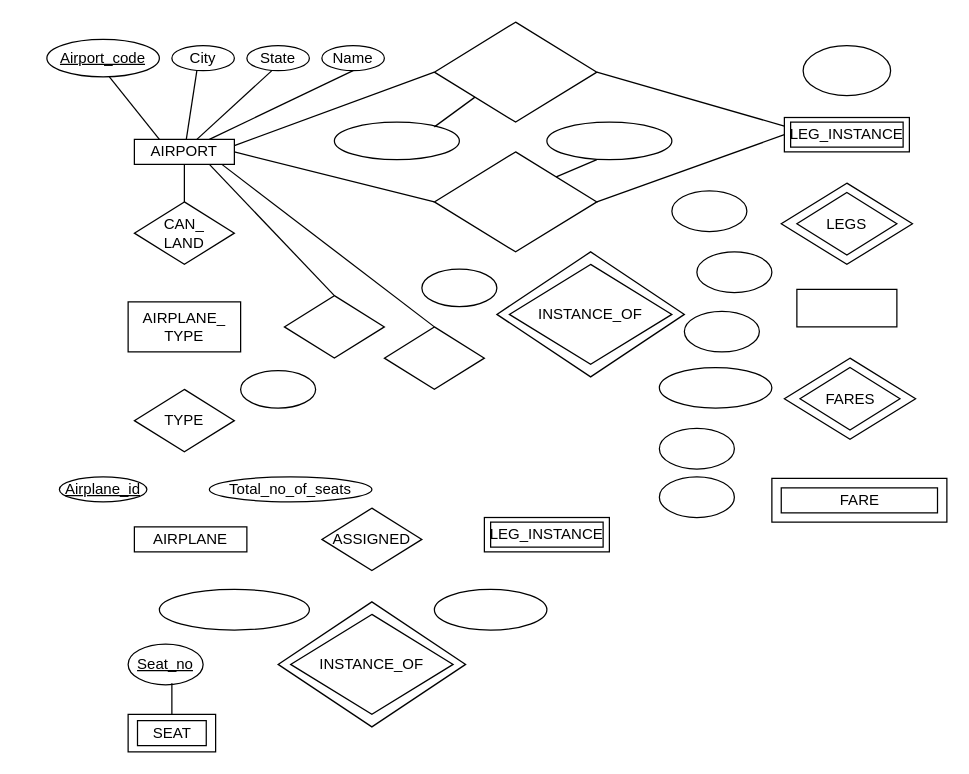
Earlier version of the draw.io diagram Untitled Diagram.drawio (jinwook8910/BaekJoon_ProblemSolving). Source tidied: cells renumbered, new cells numbered last; positions are measured from the earlier drawing's top-left corner, leaving out a move shared by most shapes. Both pictures are drawn from the tidied source at 125%, with x=0, y=0 at pixel (46, 21).
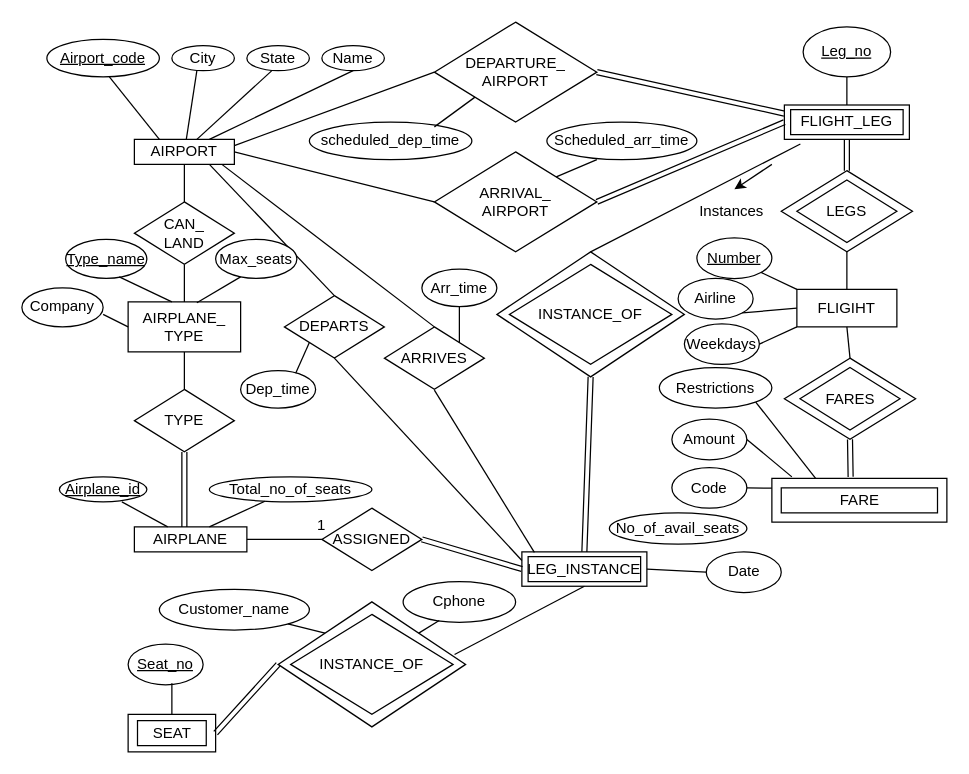
After the change.

Unchanged cells that the change refers to:
```xml
<mxCell id="2" style="rhombus;whiteSpace=wrap;html=1;strokeColor=#000000;" parent="1" vertex="1">
  <mxGeometry x="360" y="184" width="150" height="100" as="geometry" />
</mxCell>
<mxCell id="12" value="CAN_&lt;br&gt;LAND" style="rhombus;whiteSpace=wrap;html=1;strokeColor=#000000;" parent="1" vertex="1">
  <mxGeometry x="70" y="144" width="80" height="50" as="geometry" />
</mxCell>
<mxCell id="14" value="AIRPLANE_&lt;br&gt;TYPE" style="rounded=0;whiteSpace=wrap;html=1;strokeColor=#000000;" parent="1" vertex="1">
  <mxGeometry x="65" y="224" width="90" height="40" as="geometry" />
</mxCell>
<mxCell id="15" value="TYPE" style="rhombus;whiteSpace=wrap;html=1;strokeColor=#000000;" parent="1" vertex="1">
  <mxGeometry x="70" y="294" width="80" height="50" as="geometry" />
</mxCell>
<mxCell id="16" value="AIRPLANE" style="rounded=0;whiteSpace=wrap;html=1;strokeColor=#000000;" parent="1" vertex="1">
  <mxGeometry x="70" y="404" width="90" height="20" as="geometry" />
</mxCell>
<mxCell id="18" value="Total_no_of_seats" style="ellipse;whiteSpace=wrap;html=1;strokeColor=#000000;" parent="1" vertex="1">
  <mxGeometry x="130" y="364" width="130" height="20" as="geometry" />
</mxCell>
<mxCell id="19" value="ASSIGNED" style="rhombus;whiteSpace=wrap;html=1;strokeColor=#000000;" parent="1" vertex="1">
  <mxGeometry x="220" y="389" width="80" height="50" as="geometry" />
</mxCell>
<mxCell id="47" style="rhombus;whiteSpace=wrap;html=1;strokeColor=#000000;" parent="1" vertex="1">
  <mxGeometry x="590" y="269" width="105" height="65" as="geometry" />
</mxCell>
<mxCell id="49" style="rounded=0;whiteSpace=wrap;html=1;strokeColor=#000000;" parent="1" vertex="1">
  <mxGeometry x="580" y="365.2" width="140" height="35" as="geometry" />
</mxCell>
<mxCell id="55" style="rhombus;whiteSpace=wrap;html=1;strokeColor=#000000;" parent="1" vertex="1">
  <mxGeometry x="185" y="464" width="150" height="100" as="geometry" />
</mxCell>
<mxCell id="60" style="rounded=0;whiteSpace=wrap;html=1;strokeColor=#000000;" parent="1" vertex="1">
  <mxGeometry x="65" y="554" width="70" height="30" as="geometry" />
</mxCell>
```

Change to the diagram source:
```diff
@@
     <mxCell id="20" style="rounded=0;whiteSpace=wrap;html=1;strokeColor=#000000;" parent="1" vertex="1">
-      <mxGeometry x="350" y="396.5" width="100" height="27.5" as="geometry" />
+      <mxGeometry x="380" y="424" width="100" height="27.5" as="geometry" />
     </mxCell>
     <mxCell id="21" value="LEG_INSTANCE" style="rounded=0;whiteSpace=wrap;html=1;strokeColor=#000000;" parent="1" vertex="1">
-      <mxGeometry x="355" y="400.2" width="90" height="20" as="geometry" />
+      <mxGeometry x="385" y="427.8" width="90" height="20" as="geometry" />
     </mxCell>
-    <mxCell id="22" style="rhombus;whiteSpace=wrap;html=1;strokeColor=#000000;" parent="1" vertex="1">
+    <mxCell id="22" value="DEPARTS" style="rhombus;whiteSpace=wrap;html=1;strokeColor=#000000;" parent="1" vertex="1">
       <mxGeometry x="190" y="219" width="80" height="50" as="geometry" />
     </mxCell>
-    <mxCell id="23" style="rhombus;whiteSpace=wrap;html=1;strokeColor=#000000;" parent="1" vertex="1">
+    <mxCell id="23" value="ARRIVES" style="rhombus;whiteSpace=wrap;html=1;strokeColor=#000000;" parent="1" vertex="1">
       <mxGeometry x="270" y="244" width="80" height="50" as="geometry" />
     </mxCell>
@@
-    <mxCell id="26" style="rhombus;whiteSpace=wrap;html=1;strokeColor=#000000;" parent="1" vertex="1">
+    <mxCell id="26" value="DEPARTURE_&lt;br&gt;AIRPORT" style="rhombus;whiteSpace=wrap;html=1;strokeColor=#000000;" parent="1" vertex="1">
       <mxGeometry x="310" y="0.2" width="130" height="80" as="geometry" />
     </mxCell>
-    <mxCell id="27" style="rhombus;whiteSpace=wrap;html=1;strokeColor=#000000;" parent="1" vertex="1">
+    <mxCell id="27" value="ARRIVAL_&lt;br&gt;AIRPORT" style="rhombus;whiteSpace=wrap;html=1;strokeColor=#000000;" parent="1" vertex="1">
       <mxGeometry x="310" y="104" width="130" height="80" as="geometry" />
     </mxCell>
@@
     <mxCell id="30" style="rounded=0;whiteSpace=wrap;html=1;strokeColor=#000000;" parent="1" vertex="1">
-      <mxGeometry x="590" y="76.5" width="100" height="27.5" as="geometry" />
+      <mxGeometry x="590" y="66.5" width="100" height="27.5" as="geometry" />
     </mxCell>
-    <mxCell id="31" value="LEG_INSTANCE" style="rounded=0;whiteSpace=wrap;html=1;strokeColor=#000000;" parent="1" vertex="1">
-      <mxGeometry x="595" y="80.2" width="90" height="20" as="geometry" />
+    <mxCell id="31" value="FLIGHT_LEG" style="rounded=0;whiteSpace=wrap;html=1;strokeColor=#000000;" parent="1" vertex="1">
+      <mxGeometry x="595" y="70.2" width="90" height="20" as="geometry" />
     </mxCell>
@@
-    <mxCell id="33" style="ellipse;whiteSpace=wrap;html=1;strokeColor=#000000;" parent="1" vertex="1">
-      <mxGeometry x="230" y="80.2" width="100" height="30" as="geometry" />
+    <mxCell id="33" value="scheduled_dep_time" style="ellipse;whiteSpace=wrap;html=1;strokeColor=#000000;" parent="1" vertex="1">
+      <mxGeometry x="210" y="80.2" width="130" height="30" as="geometry" />
     </mxCell>
-    <mxCell id="34" style="ellipse;whiteSpace=wrap;html=1;strokeColor=#000000;" parent="1" vertex="1">
-      <mxGeometry x="400" y="80.2" width="100" height="30" as="geometry" />
+    <mxCell id="34" value="Scheduled_arr_time" style="ellipse;whiteSpace=wrap;html=1;strokeColor=#000000;" parent="1" vertex="1">
+      <mxGeometry x="400" y="80.2" width="120" height="30" as="geometry" />
     </mxCell>
-    <mxCell id="35" style="endArrow=none;html=1;exitX=1;exitY=0.5;exitDx=0;exitDy=0;entryX=0;entryY=0.25;entryDx=0;entryDy=0;" parent="1" edge="1" source="26" target="30">
+    <mxCell id="35" style="endArrow=none;html=1;exitX=1;exitY=0.5;exitDx=0;exitDy=0;entryX=0;entryY=0.25;entryDx=0;entryDy=0;shape=link;" parent="1" edge="1" source="26" target="30">
       <mxGeometry relative="1" as="geometry" />
     </mxCell>
-    <mxCell id="36" style="endArrow=none;html=1;exitX=1;exitY=0.5;exitDx=0;exitDy=0;entryX=0;entryY=0.5;entryDx=0;entryDy=0;" parent="1" edge="1" target="30">
+    <mxCell id="36" style="endArrow=none;html=1;exitX=1;exitY=0.5;exitDx=0;exitDy=0;entryX=0;entryY=0.5;entryDx=0;entryDy=0;shape=link;" parent="1" edge="1" target="30">
       <mxGeometry relative="1" as="geometry">
         <mxPoint x="440" y="144" as="sourcePoint" />
       </mxGeometry>
     </mxCell>
@@
-    <mxCell id="39" style="ellipse;whiteSpace=wrap;html=1;strokeColor=#000000;" parent="1" vertex="1">
-      <mxGeometry x="605" y="19" width="70" height="40" as="geometry" />
+    <mxCell id="39" value="&lt;span style=&quot;line-height: 120%&quot;&gt;&lt;u&gt;Leg_no&lt;/u&gt;&lt;/span&gt;" style="ellipse;whiteSpace=wrap;html=1;strokeColor=#000000;" parent="1" vertex="1">
+      <mxGeometry x="605" y="4" width="70" height="40" as="geometry" />
     </mxCell>
     <mxCell id="40" style="rhombus;whiteSpace=wrap;html=1;strokeColor=#000000;" parent="1" vertex="1">
-      <mxGeometry x="587.5" y="129" width="105" height="65" as="geometry" />
+      <mxGeometry x="587.5" y="119" width="105" height="65" as="geometry" />
     </mxCell>
     <mxCell id="41" value="LEGS" style="rhombus;whiteSpace=wrap;html=1;strokeColor=#000000;" parent="1" vertex="1">
-      <mxGeometry x="600" y="136.5" width="80" height="50" as="geometry" />
+      <mxGeometry x="600" y="126.5" width="80" height="50" as="geometry" />
     </mxCell>
-    <mxCell id="42" style="ellipse;whiteSpace=wrap;html=1;strokeColor=#000000;" parent="1" vertex="1">
-      <mxGeometry x="500" y="135.2" width="60" height="32.5" as="geometry" />
+    <mxCell id="42" value="&lt;u&gt;Number&lt;/u&gt;" style="ellipse;whiteSpace=wrap;html=1;strokeColor=#000000;" parent="1" vertex="1">
+      <mxGeometry x="520" y="172.8" width="60" height="32.5" as="geometry" />
     </mxCell>
-    <mxCell id="43" style="ellipse;whiteSpace=wrap;html=1;strokeColor=#000000;" parent="1" vertex="1">
-      <mxGeometry x="520" y="184" width="60" height="32.5" as="geometry" />
+    <mxCell id="43" value="Airline" style="ellipse;whiteSpace=wrap;html=1;strokeColor=#000000;" parent="1" vertex="1">
+      <mxGeometry x="505" y="205.2" width="60" height="32.5" as="geometry" />
     </mxCell>
-    <mxCell id="44" style="ellipse;whiteSpace=wrap;html=1;strokeColor=#000000;" parent="1" vertex="1">
-      <mxGeometry x="510" y="231.5" width="60" height="32.5" as="geometry" />
+    <mxCell id="44" value="Weekdays" style="ellipse;whiteSpace=wrap;html=1;strokeColor=#000000;" parent="1" vertex="1">
+      <mxGeometry x="510" y="241.5" width="60" height="32.5" as="geometry" />
     </mxCell>
-    <mxCell id="45" style="ellipse;whiteSpace=wrap;html=1;strokeColor=#000000;" parent="1" vertex="1">
+    <mxCell id="45" value="Restrictions" style="ellipse;whiteSpace=wrap;html=1;strokeColor=#000000;" parent="1" vertex="1">
       <mxGeometry x="490" y="276.5" width="90" height="32.5" as="geometry" />
     </mxCell>
-    <mxCell id="46" style="rounded=0;whiteSpace=wrap;html=1;strokeColor=#000000;" parent="1" vertex="1">
+    <mxCell id="46" value="FLIGIHT" style="rounded=0;whiteSpace=wrap;html=1;strokeColor=#000000;" parent="1" vertex="1">
       <mxGeometry x="600" y="214" width="80" height="30" as="geometry" />
     </mxCell>
@@
-    <mxCell id="51" style="ellipse;whiteSpace=wrap;html=1;strokeColor=#000000;" parent="1" vertex="1">
-      <mxGeometry x="490" y="325.2" width="60" height="32.5" as="geometry" />
+    <mxCell id="51" value="Amount" style="ellipse;whiteSpace=wrap;html=1;strokeColor=#000000;" parent="1" vertex="1">
+      <mxGeometry x="500" y="317.8" width="60" height="32.5" as="geometry" />
     </mxCell>
-    <mxCell id="52" style="ellipse;whiteSpace=wrap;html=1;strokeColor=#000000;" parent="1" vertex="1">
-      <mxGeometry x="490" y="364" width="60" height="32.5" as="geometry" />
+    <mxCell id="52" value="Code" style="ellipse;whiteSpace=wrap;html=1;strokeColor=#000000;" parent="1" vertex="1">
+      <mxGeometry x="500" y="356.5" width="60" height="32.5" as="geometry" />
     </mxCell>
-    <mxCell id="53" style="ellipse;whiteSpace=wrap;html=1;strokeColor=#000000;" parent="1" vertex="1">
+    <mxCell id="53" value="Arr_time" style="ellipse;whiteSpace=wrap;html=1;strokeColor=#000000;" parent="1" vertex="1">
       <mxGeometry x="300" y="197.8" width="60" height="30" as="geometry" />
     </mxCell>
-    <mxCell id="54" style="ellipse;whiteSpace=wrap;html=1;strokeColor=#000000;" parent="1" vertex="1">
+    <mxCell id="54" value="Dep_time" style="ellipse;whiteSpace=wrap;html=1;strokeColor=#000000;" parent="1" vertex="1">
       <mxGeometry x="155" y="279" width="60" height="30" as="geometry" />
     </mxCell>
@@
-    <mxCell id="57" style="ellipse;whiteSpace=wrap;html=1;strokeColor=#000000;" parent="1" vertex="1">
-      <mxGeometry x="310" y="454" width="90" height="32.5" as="geometry" />
+    <mxCell id="57" value="Cphone" style="ellipse;whiteSpace=wrap;html=1;strokeColor=#000000;" parent="1" vertex="1">
+      <mxGeometry x="285" y="447.8" width="90" height="32.5" as="geometry" />
     </mxCell>
-    <mxCell id="58" style="ellipse;whiteSpace=wrap;html=1;strokeColor=#000000;" parent="1" vertex="1">
+    <mxCell id="58" value="Customer_name" style="ellipse;whiteSpace=wrap;html=1;strokeColor=#000000;" parent="1" vertex="1">
       <mxGeometry x="90" y="454" width="120" height="32.5" as="geometry" />
     </mxCell>
@@
+    <mxCell id="63" style="endArrow=none;html=1;exitX=0;exitY=0.25;exitDx=0;exitDy=0;entryX=0.5;entryY=1;entryDx=0;entryDy=0;" parent="1" edge="1" source="20" target="22">
+      <mxGeometry relative="1" as="geometry" />
+    </mxCell>
+    <mxCell id="64" style="endArrow=none;html=1;exitX=0.1;exitY=0.016;exitDx=0;exitDy=0;exitPerimeter=0;" parent="1" edge="1" source="20">
+      <mxGeometry relative="1" as="geometry">
+        <mxPoint x="310" y="294.6" as="targetPoint" />
+      </mxGeometry>
+    </mxCell>
+    <mxCell id="65" style="endArrow=none;html=1;entryX=0.5;entryY=1;entryDx=0;entryDy=0;exitX=0.5;exitY=0;exitDx=0;exitDy=0;" parent="1" edge="1" source="14" target="12">
+      <mxGeometry relative="1" as="geometry" />
+    </mxCell>
+    <mxCell id="66" value="&lt;u&gt;Type_name&lt;/u&gt;" style="ellipse;whiteSpace=wrap;html=1;strokeColor=#000000;" parent="1" vertex="1">
+      <mxGeometry x="15" y="174" width="65" height="31.2" as="geometry" />
+    </mxCell>
+    <mxCell id="67" value="Max_seats" style="ellipse;whiteSpace=wrap;html=1;strokeColor=#000000;" parent="1" vertex="1">
+      <mxGeometry x="135" y="174" width="65" height="31.2" as="geometry" />
+    </mxCell>
+    <mxCell id="68" value="Company" style="ellipse;whiteSpace=wrap;html=1;strokeColor=#000000;" parent="1" vertex="1">
+      <mxGeometry x="-20" y="212.8" width="65" height="31.2" as="geometry" />
+    </mxCell>
+    <mxCell id="69" style="endArrow=none;html=1;entryX=0.66;entryY=0.96;entryDx=0;entryDy=0;entryPerimeter=0;" parent="1" edge="1" target="66">
+      <mxGeometry relative="1" as="geometry">
+        <mxPoint x="100" y="224" as="sourcePoint" />
+      </mxGeometry>
+    </mxCell>
+    <mxCell id="70" style="endArrow=none;html=1;exitX=0.611;exitY=0.018;exitDx=0;exitDy=0;exitPerimeter=0;" parent="1" edge="1" source="14">
+      <mxGeometry relative="1" as="geometry">
+        <mxPoint x="155" y="204" as="targetPoint" />
+      </mxGeometry>
+    </mxCell>
+    <mxCell id="71" style="endArrow=none;html=1;exitX=0;exitY=0.5;exitDx=0;exitDy=0;" parent="1" edge="1" source="14">
+      <mxGeometry relative="1" as="geometry">
+        <mxPoint x="45" y="234" as="targetPoint" />
+      </mxGeometry>
+    </mxCell>
+    <mxCell id="72" style="endArrow=none;html=1;exitX=0.5;exitY=0;exitDx=0;exitDy=0;" parent="1" edge="1" source="15">
+      <mxGeometry relative="1" as="geometry">
+        <mxPoint x="110" y="264" as="targetPoint" />
+      </mxGeometry>
+    </mxCell>
+    <mxCell id="73" style="endArrow=none;html=1;verticalAlign=middle;labelPosition=left;verticalLabelPosition=middle;align=right;entryX=0.5;entryY=1;entryDx=0;entryDy=0;shape=link;" parent="1" edge="1" target="15">
+      <mxGeometry relative="1" as="geometry">
+        <mxPoint x="110" y="404" as="sourcePoint" />
+      </mxGeometry>
+    </mxCell>
+    <mxCell id="74" style="endArrow=none;html=1;" parent="1" edge="1" source="16">
+      <mxGeometry relative="1" as="geometry">
+        <mxPoint x="60" y="384" as="targetPoint" />
+      </mxGeometry>
+    </mxCell>
+    <mxCell id="75" style="endArrow=none;html=1;" parent="1" edge="1" target="18">
+      <mxGeometry relative="1" as="geometry">
+        <mxPoint x="130" y="404" as="sourcePoint" />
+      </mxGeometry>
+    </mxCell>
+    <mxCell id="76" style="endArrow=none;html=1;entryX=0;entryY=0.5;entryDx=0;entryDy=0;exitX=1;exitY=0.5;exitDx=0;exitDy=0;" parent="1" edge="1" source="16" target="19">
+      <mxGeometry relative="1" as="geometry" />
+    </mxCell>
+    <mxCell id="77" value="1" style="text;html=1;strokeColor=none;fillColor=none;align=center;verticalAlign=middle;whiteSpace=wrap;rounded=0;" parent="1" vertex="1">
+      <mxGeometry x="200" y="392.8" width="40" height="20" as="geometry" />
+    </mxCell>
+    <mxCell id="78" value="No_of_avail_seats" style="ellipse;whiteSpace=wrap;html=1;strokeColor=#000000;" parent="1" vertex="1">
+      <mxGeometry x="450" y="392.8" width="110" height="25" as="geometry" />
+    </mxCell>
+    <mxCell id="79" value="Date" style="ellipse;whiteSpace=wrap;html=1;strokeColor=#000000;" parent="1" vertex="1">
+      <mxGeometry x="527.5" y="424" width="60" height="32.5" as="geometry" />
+    </mxCell>
+    <mxCell id="80" style="endArrow=none;html=1;exitX=1;exitY=0;exitDx=0;exitDy=0;entryX=0.321;entryY=0.956;entryDx=0;entryDy=0;entryPerimeter=0;" parent="1" edge="1" source="55" target="57">
+      <mxGeometry relative="1" as="geometry" />
+    </mxCell>
+    <mxCell id="81" style="endArrow=none;html=1;entryX=1;entryY=1;entryDx=0;entryDy=0;exitX=0.25;exitY=0;exitDx=0;exitDy=0;" parent="1" edge="1" source="49" target="45">
+      <mxGeometry relative="1" as="geometry" />
+    </mxCell>
+    <mxCell id="82" style="endArrow=none;html=1;entryX=1;entryY=0.5;entryDx=0;entryDy=0;" parent="1" edge="1" target="51">
+      <mxGeometry relative="1" as="geometry">
+        <mxPoint x="596" y="364" as="sourcePoint" />
+      </mxGeometry>
+    </mxCell>
+    <mxCell id="83" style="endArrow=none;html=1;entryX=1;entryY=0.5;entryDx=0;entryDy=0;" parent="1" edge="1" target="52">
+      <mxGeometry relative="1" as="geometry">
+        <mxPoint x="580" y="373" as="sourcePoint" />
+      </mxGeometry>
+    </mxCell>
+    <mxCell id="84" style="endArrow=none;html=1;entryX=0.5;entryY=1;entryDx=0;entryDy=0;shape=link;" parent="1" edge="1" target="47">
+      <mxGeometry relative="1" as="geometry">
+        <mxPoint x="643" y="364" as="sourcePoint" />
+      </mxGeometry>
+    </mxCell>
+    <mxCell id="85" style="endArrow=none;html=1;entryX=1;entryY=0.5;entryDx=0;entryDy=0;exitX=0;exitY=1;exitDx=0;exitDy=0;" parent="1" edge="1" source="46" target="44">
+      <mxGeometry relative="1" as="geometry" />
+    </mxCell>
+    <mxCell id="86" style="endArrow=none;html=1;entryX=1;entryY=1;entryDx=0;entryDy=0;exitX=0;exitY=0.5;exitDx=0;exitDy=0;" parent="1" edge="1" source="46" target="43">
+      <mxGeometry relative="1" as="geometry" />
+    </mxCell>
+    <mxCell id="87" style="endArrow=none;html=1;entryX=1;entryY=1;entryDx=0;entryDy=0;exitX=0;exitY=0;exitDx=0;exitDy=0;exitPerimeter=0;" parent="1" edge="1" source="46" target="42">
+      <mxGeometry relative="1" as="geometry" />
+    </mxCell>
+    <mxCell id="88" style="endArrow=none;html=1;entryX=0.5;entryY=1;entryDx=0;entryDy=0;exitX=0.5;exitY=0;exitDx=0;exitDy=0;" parent="1" edge="1" source="46" target="40">
+      <mxGeometry relative="1" as="geometry" />
+    </mxCell>
+    <mxCell id="89" style="endArrow=none;html=1;entryX=0.5;entryY=1;entryDx=0;entryDy=0;exitX=0.5;exitY=0;exitDx=0;exitDy=0;shape=link;" parent="1" edge="1" source="40" target="30">
+      <mxGeometry relative="1" as="geometry" />
+    </mxCell>
+    <mxCell id="90" style="endArrow=none;html=1;entryX=0.5;entryY=1;entryDx=0;entryDy=0;exitX=0.5;exitY=0;exitDx=0;exitDy=0;" parent="1" edge="1" source="30" target="39">
+      <mxGeometry relative="1" as="geometry" />
+    </mxCell>
+    <mxCell id="91" style="endArrow=none;html=1;entryX=0.5;entryY=1;entryDx=0;entryDy=0;exitX=0.5;exitY=0;exitDx=0;exitDy=0;" parent="1" edge="1" source="47" target="46">
+      <mxGeometry relative="1" as="geometry" />
+    </mxCell>
+    <mxCell id="92" style="endArrow=none;html=1;entryX=0.5;entryY=1;entryDx=0;entryDy=0;exitX=0.5;exitY=0;exitDx=0;exitDy=0;shape=link;" parent="1" edge="1" source="20" target="2">
+      <mxGeometry relative="1" as="geometry" />
+    </mxCell>
+    <mxCell id="93" style="endArrow=none;html=1;entryX=0.5;entryY=0;entryDx=0;entryDy=0;exitX=0.128;exitY=1.133;exitDx=0;exitDy=0;exitPerimeter=0;" parent="1" edge="1" source="30" target="2">
+      <mxGeometry relative="1" as="geometry" />
+    </mxCell>
+    <mxCell id="94" style="endArrow=classic;html=1;" parent="1" edge="1">
+      <mxGeometry relative="1" as="geometry">
+        <mxPoint x="580" y="114" as="sourcePoint" />
+        <mxPoint x="550" y="134" as="targetPoint" />
+      </mxGeometry>
+    </mxCell>
+    <mxCell id="95" value="Instances" style="text;html=1;strokeColor=none;fillColor=none;align=center;verticalAlign=middle;whiteSpace=wrap;rounded=0;" parent="1" vertex="1">
+      <mxGeometry x="527.5" y="141.5" width="40" height="20" as="geometry" />
+    </mxCell>
+    <mxCell id="96" style="endArrow=none;html=1;exitX=1;exitY=0.5;exitDx=0;exitDy=0;entryX=0;entryY=0.5;entryDx=0;entryDy=0;shape=link;" parent="1" edge="1" source="60" target="55">
+      <mxGeometry relative="1" as="geometry" />
+    </mxCell>
+    <mxCell id="97" style="endArrow=none;html=1;entryX=1;entryY=1;entryDx=0;entryDy=0;exitX=0;exitY=0;exitDx=0;exitDy=0;" parent="1" edge="1" source="55" target="58">
+      <mxGeometry relative="1" as="geometry" />
+    </mxCell>
+    <mxCell id="98" style="endArrow=none;html=1;entryX=0.5;entryY=1;entryDx=0;entryDy=0;exitX=0.941;exitY=0.421;exitDx=0;exitDy=0;exitPerimeter=0;" parent="1" edge="1" source="55" target="20">
+      <mxGeometry relative="1" as="geometry" />
+    </mxCell>
+    <mxCell id="99" style="endArrow=none;html=1;exitX=1;exitY=0.5;exitDx=0;exitDy=0;entryX=0;entryY=0.5;entryDx=0;entryDy=0;shape=link;" parent="1" edge="1" source="19" target="20">
+      <mxGeometry relative="1" as="geometry" />
+    </mxCell>
+    <mxCell id="100" style="endArrow=none;html=1;entryX=0;entryY=1;entryDx=0;entryDy=0;exitX=0.734;exitY=0.073;exitDx=0;exitDy=0;exitPerimeter=0;" parent="1" edge="1" source="54" target="22">
+      <mxGeometry relative="1" as="geometry" />
+    </mxCell>
+    <mxCell id="101" style="endArrow=none;html=1;entryX=0.5;entryY=1;entryDx=0;entryDy=0;exitX=1;exitY=0;exitDx=0;exitDy=0;" parent="1" edge="1" source="23" target="53">
+      <mxGeometry relative="1" as="geometry" />
+    </mxCell>
+    <mxCell id="102" style="endArrow=none;html=1;entryX=0;entryY=0.5;entryDx=0;entryDy=0;exitX=1;exitY=0.5;exitDx=0;exitDy=0;" parent="1" edge="1" source="20" target="79">
+      <mxGeometry relative="1" as="geometry" />
+    </mxCell>
```
